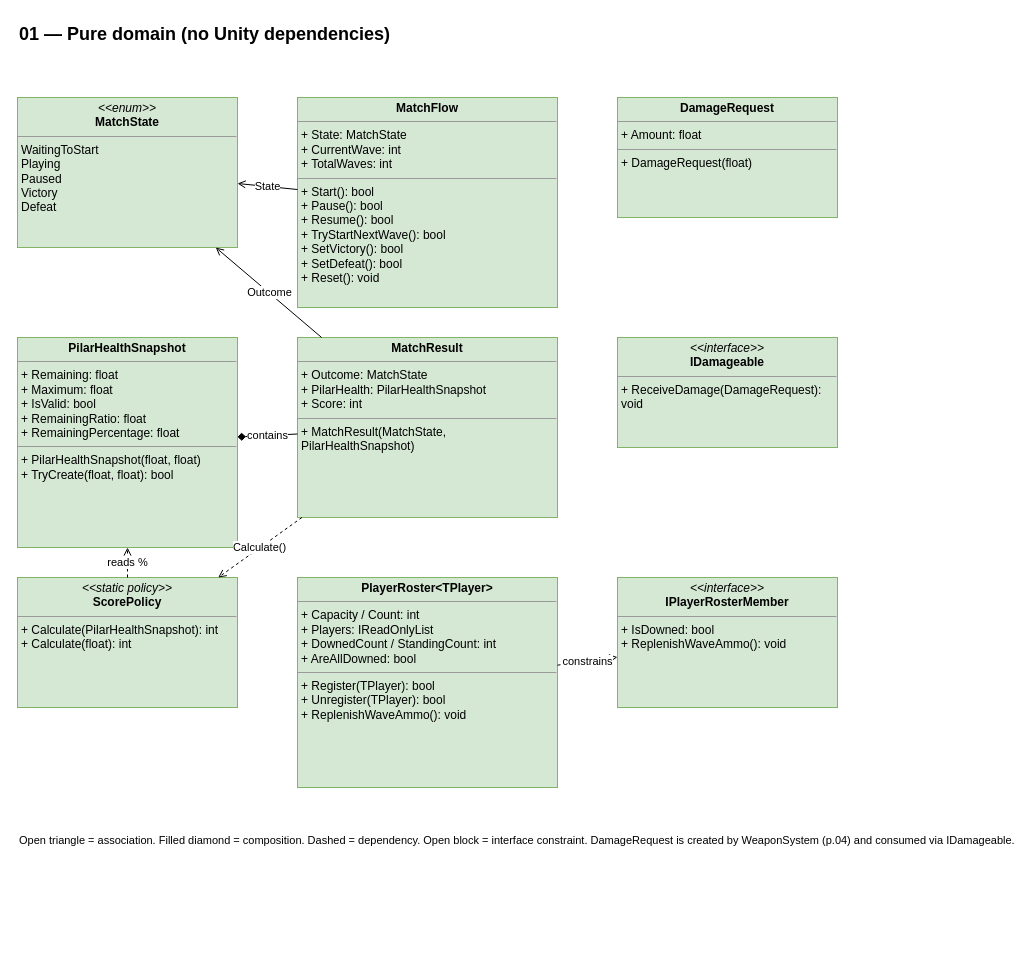
renzo23rc/ElUltimoPilar keeps this draw.io diagram as page "01 Pure domain" (2 of 6) of Documentacion/diagrama-de-clases.drawio. Above is the earlier version. Source tidied: cells renumbered, new cells numbered last; positions are measured from the earlier drawing's top-left corner, leaving out a move shared by most shapes. Both pictures are drawn from the tidied source at 100%, with x=0, y=0 at pixel (17, 17).
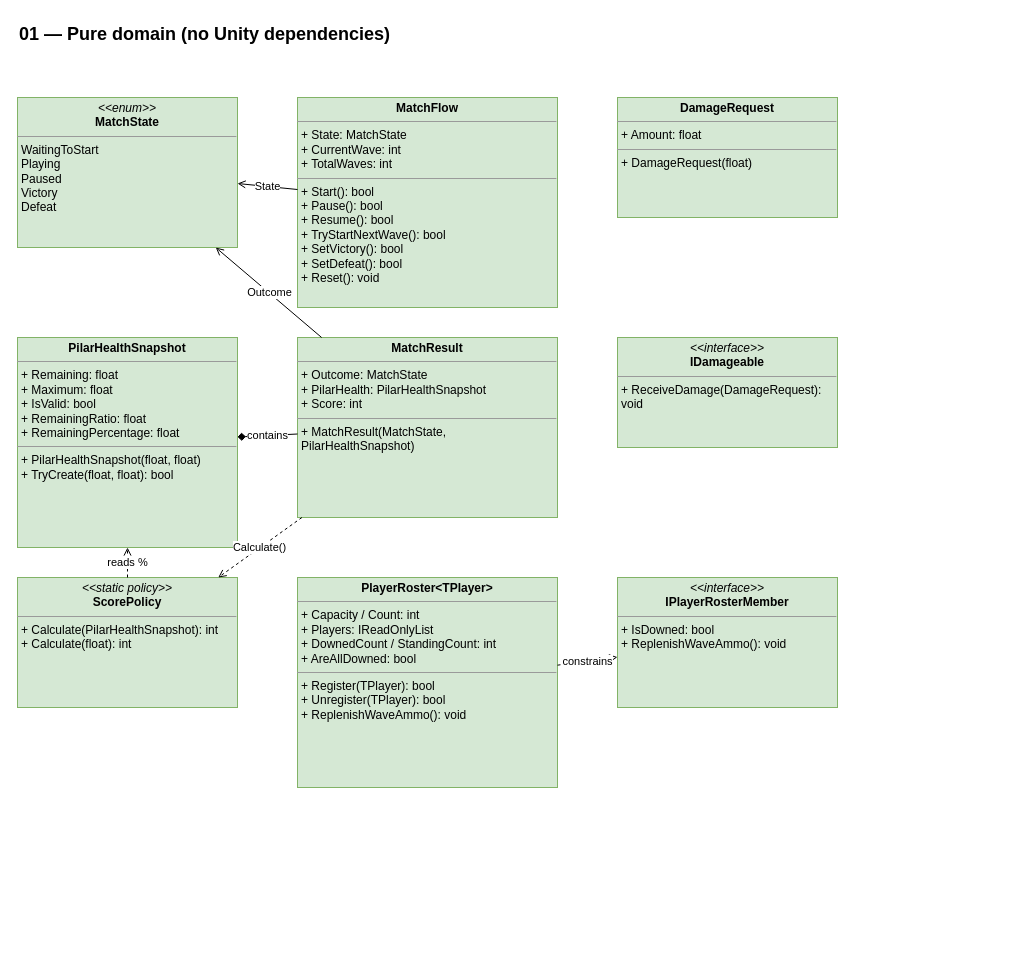
The same page after the edit.

Change to the diagram source:
```diff
@@
 <mxGraphModel>
   <root>
     <mxCell id="0" />
     <mxCell id="1" parent="0" />
     <mxCell id="2" value="01 — Pure domain (no Unity dependencies)" style="text;html=1;fontSize=18;fontStyle=1;align=left;" parent="1" vertex="1">
       <mxGeometry width="700" height="30" as="geometry" />
     </mxCell>
     <mxCell id="3" value="&lt;p style=&quot;margin:0px;margin-top:4px;text-align:center;&quot;&gt;&lt;i&gt;&amp;lt;&amp;lt;enum&amp;gt;&amp;gt;&lt;/i&gt;&lt;br&gt;&lt;b&gt;MatchState&lt;/b&gt;&lt;/p&gt;&lt;hr size=&quot;1&quot;/&gt;&lt;p style=&quot;margin:0px;margin-left:4px;&quot;&gt;WaitingToStart&lt;br&gt;Playing&lt;br&gt;Paused&lt;br&gt;Victory&lt;br&gt;Defeat&lt;/p&gt;" style="verticalAlign=top;align=left;overflow=fill;fontSize=12;fontFamily=Helvetica;html=1;whiteSpace=wrap;fillColor=#D5E8D4;strokeColor=#82B366;" parent="1" vertex="1">
       <mxGeometry y="80" width="220" height="150" as="geometry" />
     </mxCell>
     <mxCell id="4" value="&lt;p style=&quot;margin:0px;margin-top:4px;text-align:center;&quot;&gt;&lt;b&gt;MatchFlow&lt;/b&gt;&lt;/p&gt;&lt;hr size=&quot;1&quot;/&gt;&lt;p style=&quot;margin:0px;margin-left:4px;&quot;&gt;+ State: MatchState&lt;br&gt;+ CurrentWave: int&lt;br&gt;+ TotalWaves: int&lt;/p&gt;&lt;hr size=&quot;1&quot;/&gt;&lt;p style=&quot;margin:0px;margin-left:4px;&quot;&gt;+ Start(): bool&lt;br&gt;+ Pause(): bool&lt;br&gt;+ Resume(): bool&lt;br&gt;+ TryStartNextWave(): bool&lt;br&gt;+ SetVictory(): bool&lt;br&gt;+ SetDefeat(): bool&lt;br&gt;+ Reset(): void&lt;/p&gt;" style="verticalAlign=top;align=left;overflow=fill;fontSize=12;fontFamily=Helvetica;html=1;whiteSpace=wrap;fillColor=#D5E8D4;strokeColor=#82B366;" parent="1" vertex="1">
       <mxGeometry x="280" y="80" width="260" height="210" as="geometry" />
     </mxCell>
     <mxCell id="5" value="&lt;p style=&quot;margin:0px;margin-top:4px;text-align:center;&quot;&gt;&lt;b&gt;DamageRequest&lt;/b&gt;&lt;/p&gt;&lt;hr size=&quot;1&quot;/&gt;&lt;p style=&quot;margin:0px;margin-left:4px;&quot;&gt;+ Amount: float&lt;/p&gt;&lt;hr size=&quot;1&quot;/&gt;&lt;p style=&quot;margin:0px;margin-left:4px;&quot;&gt;+ DamageRequest(float)&lt;/p&gt;" style="verticalAlign=top;align=left;overflow=fill;fontSize=12;fontFamily=Helvetica;html=1;whiteSpace=wrap;fillColor=#D5E8D4;strokeColor=#82B366;" parent="1" vertex="1">
       <mxGeometry x="600" y="80" width="220" height="120" as="geometry" />
     </mxCell>
     <mxCell id="6" value="&lt;p style=&quot;margin:0px;margin-top:4px;text-align:center;&quot;&gt;&lt;b&gt;PilarHealthSnapshot&lt;/b&gt;&lt;/p&gt;&lt;hr size=&quot;1&quot;/&gt;&lt;p style=&quot;margin:0px;margin-left:4px;&quot;&gt;+ Remaining: float&lt;br&gt;+ Maximum: float&lt;br&gt;+ IsValid: bool&lt;br&gt;+ RemainingRatio: float&lt;br&gt;+ RemainingPercentage: float&lt;/p&gt;&lt;hr size=&quot;1&quot;/&gt;&lt;p style=&quot;margin:0px;margin-left:4px;&quot;&gt;+ PilarHealthSnapshot(float, float)&lt;br&gt;+ TryCreate(float, float): bool&lt;/p&gt;" style="verticalAlign=top;align=left;overflow=fill;fontSize=12;fontFamily=Helvetica;html=1;whiteSpace=wrap;fillColor=#D5E8D4;strokeColor=#82B366;" parent="1" vertex="1">
       <mxGeometry y="320" width="220" height="210" as="geometry" />
     </mxCell>
     <mxCell id="7" value="&lt;p style=&quot;margin:0px;margin-top:4px;text-align:center;&quot;&gt;&lt;b&gt;MatchResult&lt;/b&gt;&lt;/p&gt;&lt;hr size=&quot;1&quot;/&gt;&lt;p style=&quot;margin:0px;margin-left:4px;&quot;&gt;+ Outcome: MatchState&lt;br&gt;+ PilarHealth: PilarHealthSnapshot&lt;br&gt;+ Score: int&lt;/p&gt;&lt;hr size=&quot;1&quot;/&gt;&lt;p style=&quot;margin:0px;margin-left:4px;&quot;&gt;+ MatchResult(MatchState, PilarHealthSnapshot)&lt;/p&gt;" style="verticalAlign=top;align=left;overflow=fill;fontSize=12;fontFamily=Helvetica;html=1;whiteSpace=wrap;fillColor=#D5E8D4;strokeColor=#82B366;" parent="1" vertex="1">
       <mxGeometry x="280" y="320" width="260" height="180" as="geometry" />
     </mxCell>
     <mxCell id="8" value="&lt;p style=&quot;margin:0px;margin-top:4px;text-align:center;&quot;&gt;&lt;i&gt;&amp;lt;&amp;lt;interface&amp;gt;&amp;gt;&lt;/i&gt;&lt;br&gt;&lt;b&gt;IDamageable&lt;/b&gt;&lt;/p&gt;&lt;hr size=&quot;1&quot;/&gt;&lt;p style=&quot;margin:0px;margin-left:4px;&quot;&gt;+ ReceiveDamage(DamageRequest): void&lt;/p&gt;" style="verticalAlign=top;align=left;overflow=fill;fontSize=12;fontFamily=Helvetica;html=1;whiteSpace=wrap;fillColor=#D5E8D4;strokeColor=#82B366;" parent="1" vertex="1">
       <mxGeometry x="600" y="320" width="220" height="110" as="geometry" />
     </mxCell>
     <mxCell id="9" value="&lt;p style=&quot;margin:0px;margin-top:4px;text-align:center;&quot;&gt;&lt;i&gt;&amp;lt;&amp;lt;static policy&amp;gt;&amp;gt;&lt;/i&gt;&lt;br&gt;&lt;b&gt;ScorePolicy&lt;/b&gt;&lt;/p&gt;&lt;hr size=&quot;1&quot;/&gt;&lt;p style=&quot;margin:0px;margin-left:4px;&quot;&gt;+ Calculate(PilarHealthSnapshot): int&lt;br&gt;+ Calculate(float): int&lt;/p&gt;" style="verticalAlign=top;align=left;overflow=fill;fontSize=12;fontFamily=Helvetica;html=1;whiteSpace=wrap;fillColor=#D5E8D4;strokeColor=#82B366;" parent="1" vertex="1">
       <mxGeometry y="560" width="220" height="130" as="geometry" />
     </mxCell>
     <mxCell id="10" value="&lt;p style=&quot;margin:0px;margin-top:4px;text-align:center;&quot;&gt;&lt;b&gt;PlayerRoster&amp;lt;TPlayer&amp;gt;&lt;/b&gt;&lt;/p&gt;&lt;hr size=&quot;1&quot;/&gt;&lt;p style=&quot;margin:0px;margin-left:4px;&quot;&gt;+ Capacity / Count: int&lt;br&gt;+ Players: IReadOnlyList&lt;br&gt;+ DownedCount / StandingCount: int&lt;br&gt;+ AreAllDowned: bool&lt;/p&gt;&lt;hr size=&quot;1&quot;/&gt;&lt;p style=&quot;margin:0px;margin-left:4px;&quot;&gt;+ Register(TPlayer): bool&lt;br&gt;+ Unregister(TPlayer): bool&lt;br&gt;+ ReplenishWaveAmmo(): void&lt;/p&gt;" style="verticalAlign=top;align=left;overflow=fill;fontSize=12;fontFamily=Helvetica;html=1;whiteSpace=wrap;fillColor=#D5E8D4;strokeColor=#82B366;" parent="1" vertex="1">
       <mxGeometry x="280" y="560" width="260" height="210" as="geometry" />
     </mxCell>
     <mxCell id="11" value="&lt;p style=&quot;margin:0px;margin-top:4px;text-align:center;&quot;&gt;&lt;i&gt;&amp;lt;&amp;lt;interface&amp;gt;&amp;gt;&lt;/i&gt;&lt;br&gt;&lt;b&gt;IPlayerRosterMember&lt;/b&gt;&lt;/p&gt;&lt;hr size=&quot;1&quot;/&gt;&lt;p style=&quot;margin:0px;margin-left:4px;&quot;&gt;+ IsDowned: bool&lt;br&gt;+ ReplenishWaveAmmo(): void&lt;/p&gt;" style="verticalAlign=top;align=left;overflow=fill;fontSize=12;fontFamily=Helvetica;html=1;whiteSpace=wrap;fillColor=#D5E8D4;strokeColor=#82B366;" parent="1" vertex="1">
       <mxGeometry x="600" y="560" width="220" height="130" as="geometry" />
     </mxCell>
     <mxCell id="12" value="State" style="endArrow=open;html=1;labelBackgroundColor=#ffffff;" parent="1" edge="1" source="4" target="3">
       <mxGeometry relative="1" as="geometry" />
     </mxCell>
     <mxCell id="13" value="contains" style="endArrow=diamond;endFill=1;html=1;labelBackgroundColor=#ffffff;" parent="1" edge="1" source="7" target="6">
       <mxGeometry relative="1" as="geometry" />
     </mxCell>
     <mxCell id="14" value="Outcome" style="endArrow=open;html=1;labelBackgroundColor=#ffffff;" parent="1" edge="1" source="7" target="3">
       <mxGeometry relative="1" as="geometry" />
     </mxCell>
     <mxCell id="15" value="Calculate()" style="dashed=1;endArrow=open;html=1;labelBackgroundColor=#ffffff;" parent="1" edge="1" source="7" target="9">
       <mxGeometry relative="1" as="geometry" />
     </mxCell>
     <mxCell id="16" value="reads %" style="dashed=1;endArrow=open;html=1;labelBackgroundColor=#ffffff;" parent="1" edge="1" source="9" target="6">
       <mxGeometry relative="1" as="geometry" />
     </mxCell>
     <mxCell id="17" value="constrains" style="dashed=1;endArrow=block;endFill=0;html=1;labelBackgroundColor=#ffffff;" parent="1" edge="1" source="10" target="11">
       <mxGeometry relative="1" as="geometry" />
     </mxCell>
-    <mxCell id="18" value="Open triangle = association. Filled diamond = composition. Dashed = dependency. Open block = interface constraint. DamageRequest is created by WeaponSystem (p.04) and consumed via IDamageable." style="text;html=1;fontSize=11;align=left;" parent="1" vertex="1">
+    <mxCell id="18" value="&lt;br&gt;&lt;div&gt;&lt;br&gt;&lt;/div&gt;" style="text;html=1;fontSize=11;align=left;" parent="1" vertex="1">
       <mxGeometry y="810" width="920" height="120" as="geometry" />
     </mxCell>
   </root>
 </mxGraphModel>
```
